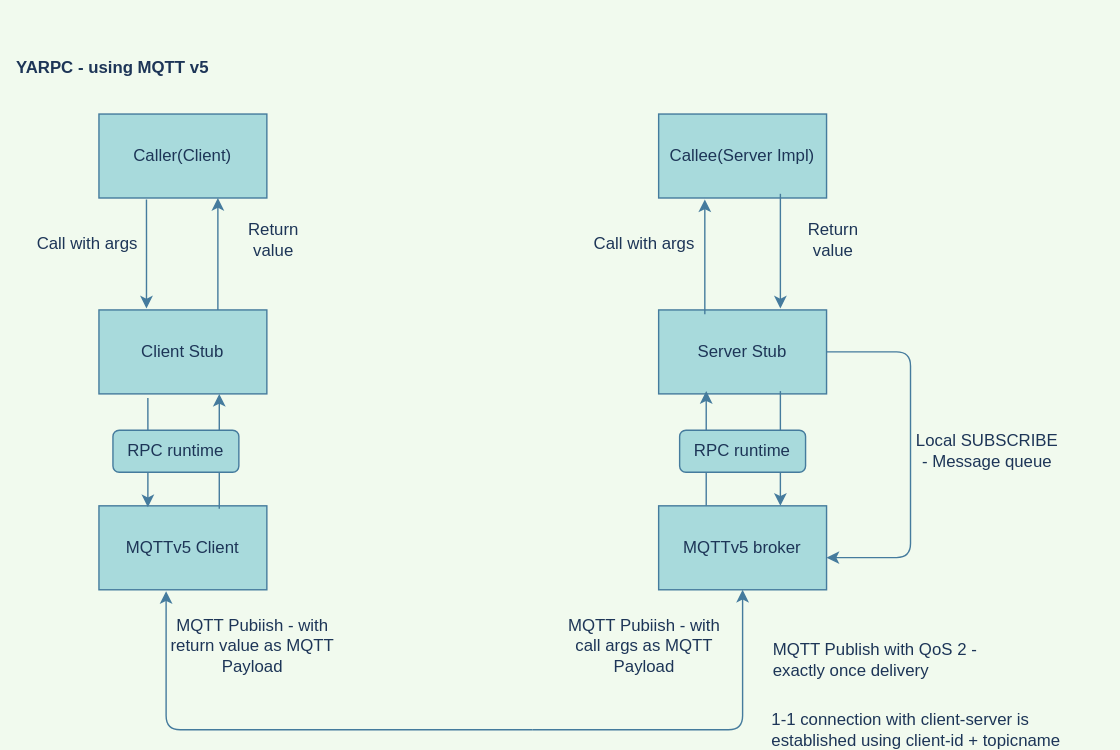
Earlier version of the draw.io export RPC-Diagram-MQTT.svg (srishina/yarpc.doc). Source tidied: cells renumbered, new cells last; positions are measured from the earlier drawing's top-left corner, leaving out a move shared by most shapes.
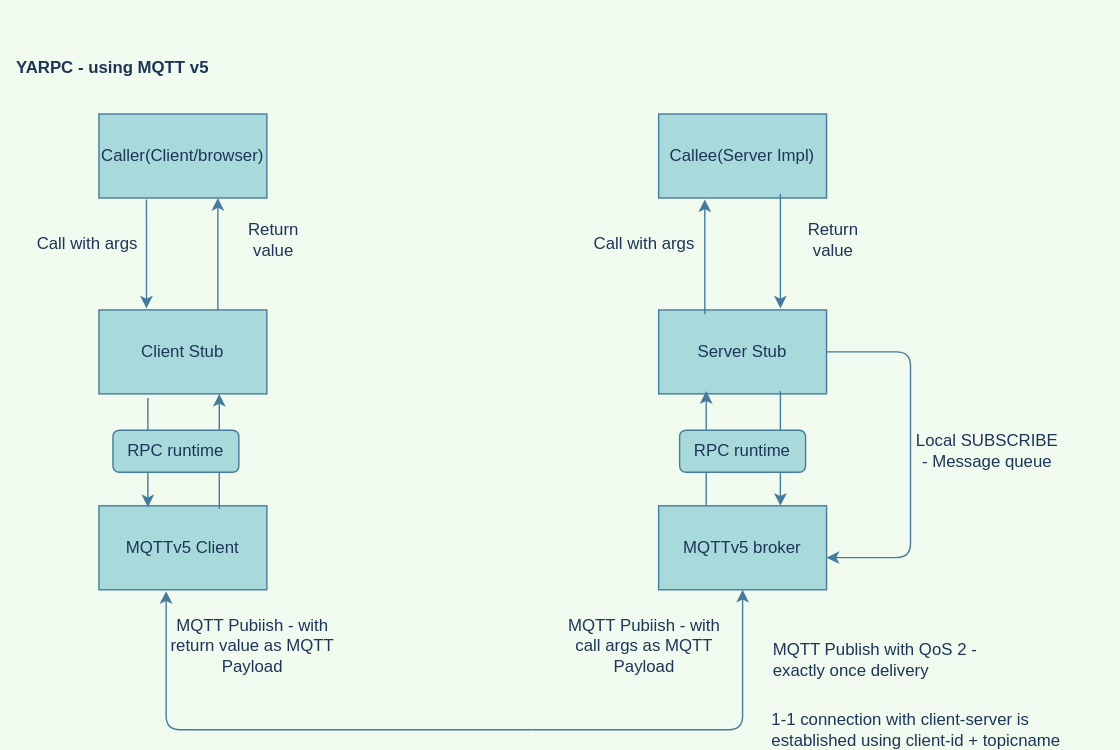
After the commit.

Change to the diagram source:
```diff
@@ -2,7 +2,7 @@
   <root>
     <mxCell id="0" />
     <mxCell id="1" parent="0" />
-    <mxCell id="2" value="Caller(Client)" style="rounded=0;whiteSpace=wrap;html=1;fillColor=#A8DADC;strokeColor=#457B9D;fontColor=#1D3557;" parent="1" vertex="1">
+    <mxCell id="2" value="Caller(Client/browser)" style="rounded=0;whiteSpace=wrap;html=1;fillColor=#A8DADC;strokeColor=#457B9D;fontColor=#1D3557;" parent="1" vertex="1">
       <mxGeometry x="70" y="70" width="120" height="60" as="geometry" />
     </mxCell>
     <mxCell id="3" value="Client Stub" style="rounded=0;whiteSpace=wrap;html=1;fillColor=#A8DADC;strokeColor=#457B9D;fontColor=#1D3557;" parent="1" vertex="1">
```
